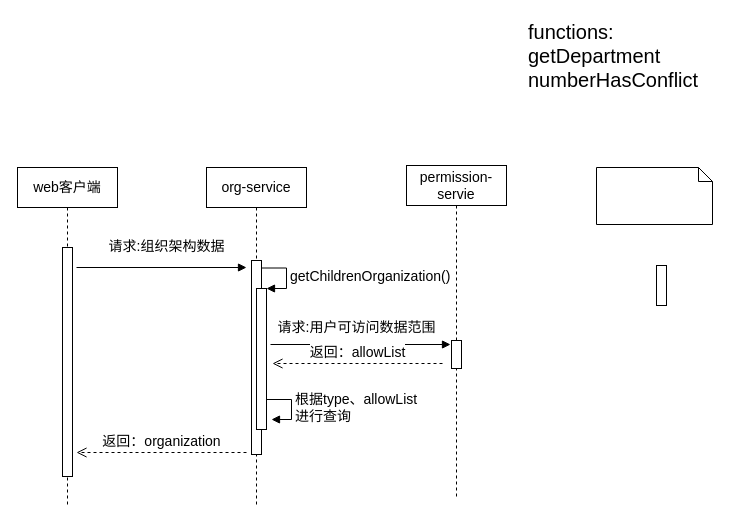
Earlier version of the draw.io diagram page "sequence-getOrganization" (3 of 6) of CDRS/module-design.drawio (waterwatermelon/graph). Source tidied: cells renumbered, new cells numbered last; positions are measured from the earlier drawing's top-left corner, leaving out a move shared by most shapes. Both pictures are drawn from the tidied source at 100%, with x=0, y=0 at pixel (17, 17).
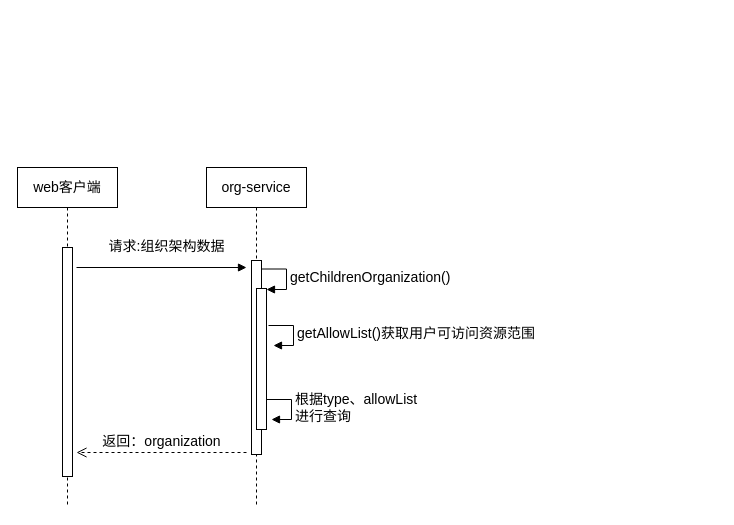
After the change.

The change refers to these unchanged cells:
```xml
<mxCell id="3" value="org-service" style="shape=umlLifeline;perimeter=lifelinePerimeter;whiteSpace=wrap;html=1;fontSize=14;" parent="1" vertex="1">
  <mxGeometry x="189" y="150" width="100" height="340" as="geometry" />
</mxCell>
<mxCell id="6" style="html=1;points=[];perimeter=orthogonalPerimeter;fontSize=14;" parent="3" vertex="1">
  <mxGeometry x="50" y="121" width="10" height="141" as="geometry" />
</mxCell>
```

What changed in the source:
```diff
@@
-    <mxCell id="2" value="&lt;font style=&quot;font-size: 20px&quot;&gt;functions:&lt;br&gt;getDepartment&lt;br&gt;numberHasConflict&lt;br&gt;&lt;/font&gt;" style="text;html=1;align=left;verticalAlign=top;spacingTop=-4;fontSize=14;" parent="1" vertex="1">
-      <mxGeometry x="509" width="190" height="60" as="geometry" />
-    </mxCell>
@@
-    <mxCell id="5" value="getChildrenOrganization()" style="edgeStyle=orthogonalEdgeStyle;html=1;align=left;spacingLeft=2;endArrow=block;rounded=0;entryX=1;entryY=0;fontSize=14;" parent="3" edge="1" target="6">
+    <mxCell id="5" value="getChildrenOrganization()" style="edgeStyle=orthogonalEdgeStyle;html=1;align=left;spacingLeft=2;endArrow=block;rounded=0;entryX=1;entryY=0;fontSize=14;" parent="3" edge="1">
       <mxGeometry relative="1" as="geometry">
-        <mxPoint x="55" y="100.5" as="sourcePoint" />
+        <mxPoint x="55" y="101.5" as="sourcePoint" />
+        <mxPoint x="60" y="122" as="targetPoint" />
         <Array as="points">
-          <mxPoint x="80" y="100.5" />
+          <mxPoint x="80" y="101.5" />
         </Array>
       </mxGeometry>
     </mxCell>
@@
-    <mxCell id="7" value="permission-servie" style="shape=umlLifeline;perimeter=lifelinePerimeter;whiteSpace=wrap;html=1;fontSize=14;" parent="1" vertex="1">
-      <mxGeometry x="389" y="148" width="100" height="332" as="geometry" />
-    </mxCell>
-    <mxCell id="8" style="html=1;perimeter=orthogonalPerimeter;fontSize=14;" parent="7" vertex="1">
-      <mxGeometry x="45" y="175" width="10" height="28" as="geometry" />
-    </mxCell>
@@
-    <mxCell id="10" style="shape=note;whiteSpace=wrap;html=1;size=14;verticalAlign=top;align=left;spacingTop=-6;fontSize=14;" parent="1" vertex="1">
-      <mxGeometry x="579" y="150" width="116" height="57" as="geometry" />
-    </mxCell>
-    <mxCell id="11" style="html=1;perimeter=orthogonalPerimeter;fontSize=14;" parent="1" vertex="1">
-      <mxGeometry x="639" y="248" width="10" height="40" as="geometry" />
-    </mxCell>
-    <mxCell id="12" value="请求:用户可访问数据范围" style="html=1;verticalAlign=bottom;endArrow=block;fontSize=14;" parent="1" edge="1">
-      <mxGeometry x="-0.04" y="6" relative="1" as="geometry">
-        <mxPoint x="253" y="327" as="sourcePoint" />
-        <mxPoint x="433" y="327" as="targetPoint" />
-      </mxGeometry>
-    </mxCell>
-    <mxCell id="13" value="返回：allowList" style="html=1;verticalAlign=bottom;endArrow=open;dashed=1;endSize=8;fontSize=14;" parent="1" edge="1">
-      <mxGeometry relative="1" as="geometry">
-        <mxPoint x="425" y="346" as="sourcePoint" />
-        <mxPoint x="255" y="346" as="targetPoint" />
-      </mxGeometry>
-    </mxCell>
@@
+    <mxCell id="18" value="getAllowList()获取用户可访问资源范围" style="edgeStyle=orthogonalEdgeStyle;html=1;align=left;spacingLeft=2;endArrow=block;rounded=0;entryX=1;entryY=0;fontSize=14;" parent="1" edge="1">
+      <mxGeometry relative="1" as="geometry">
+        <mxPoint x="251" y="308" as="sourcePoint" />
+        <mxPoint x="256" y="328" as="targetPoint" />
+        <Array as="points">
+          <mxPoint x="276" y="308" />
+          <mxPoint x="276" y="328" />
+        </Array>
+      </mxGeometry>
+    </mxCell>
```
